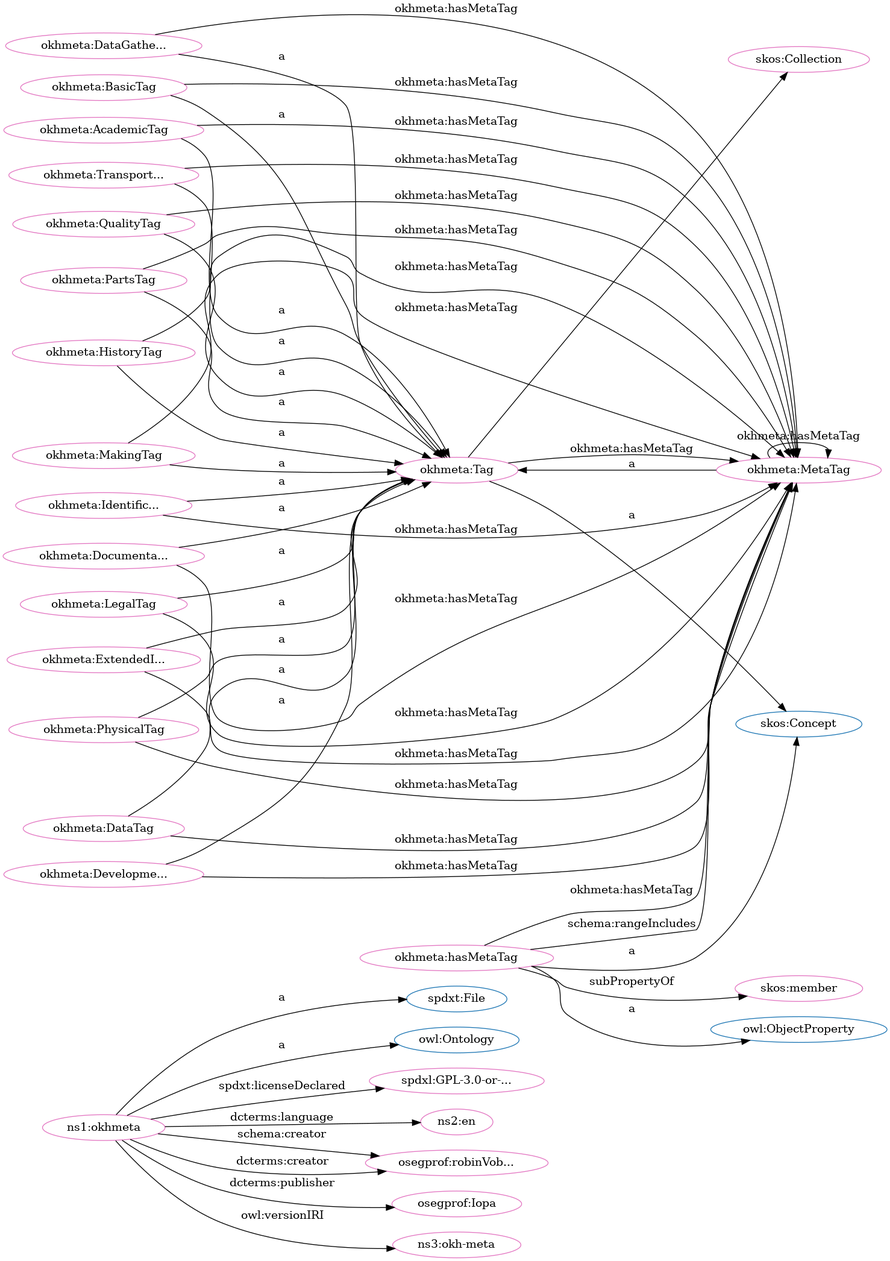
iop-alliance/OpenKnowHow keeps this Graphviz diagram as src/spec/dot_okh-meta.png. Above is the earlier version. Its source is kept beside it as src/spec/dot_okh-meta.dot.
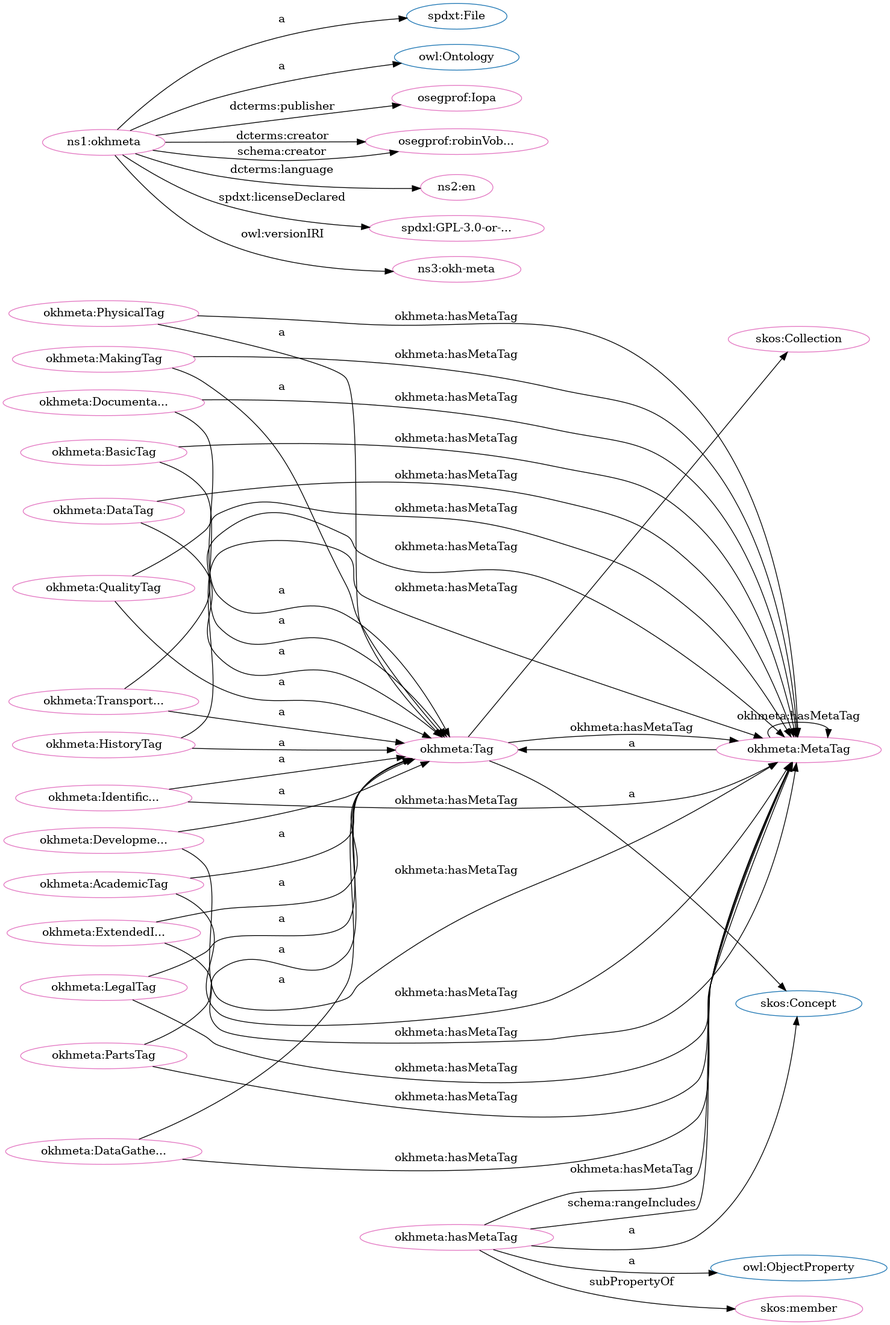
The same diagram one commit later.

What changed in the source:
```diff
@@ -1,85 +1,85 @@
 digraph G {
   rankdir=BT
   node[height=.3]
+"http://www.w3.org/2004/02/skos/core#Collection" [fillcolor="#1f77b4" color="#1f77b4" label="skos:Collection"]
 "http://spdx.org/rdf/terms#File" [fillcolor="#1f77b4" color="#1f77b4" label="spdxt:File"]
-"http://www.w3.org/2004/02/skos/core#Collection" [fillcolor="#1f77b4" color="#1f77b4" label="skos:Collection"]
-"http://www.w3.org/2004/02/skos/core#Concept" [fillcolor="#1f77b4" color="#1f77b4" label="skos:Concept"]
 "https://w3id.org/oseg/ont/okhmeta#MetaTag" [fillcolor="#1f77b4" color="#1f77b4" label="okhmeta:MetaTag"]
 "http://www.w3.org/2002/07/owl#ObjectProperty" [fillcolor="#1f77b4" color="#1f77b4" label="owl:ObjectProperty"]
+"http://www.w3.org/2004/02/skos/core#Concept" [fillcolor="#1f77b4" color="#1f77b4" label="skos:Concept"]
+"http://www.w3.org/2002/07/owl#Ontology" [fillcolor="#1f77b4" color="#1f77b4" label="owl:Ontology"]
 "https://w3id.org/oseg/ont/okhmeta#Tag" [fillcolor="#1f77b4" color="#1f77b4" label="okhmeta:Tag"]
-"http://www.w3.org/2002/07/owl#Ontology" [fillcolor="#1f77b4" color="#1f77b4" label="owl:Ontology"]
+"https://w3id.org/oseg/ont/okhmeta#MetaTag" [fillcolor="#e377c2" color="#e377c2" label="okhmeta:MetaTag"]
+"https://w3id.org/oseg/ont/okhmeta#LegalTag" [fillcolor="#e377c2" color="#e377c2" label="okhmeta:LegalTag"]
+"https://w3id.org/oseg/ont/oseg-profiles#Iopa" [fillcolor="#e377c2" color="#e377c2" label="osegprof:Iopa"]
+"http://www.w3.org/2004/02/skos/core#Collection" [fillcolor="#e377c2" color="#e377c2" label="skos:Collection"]
+"https://w3id.org/oseg/ont/okhmeta#PartsTag" [fillcolor="#e377c2" color="#e377c2" label="okhmeta:PartsTag"]
+"https://w3id.org/oseg/ont/okhmeta#DataGatheringTag" [fillcolor="#e377c2" color="#e377c2" label="okhmeta:DataGathe..."]
+"https://w3id.org/oseg/ont/okhmeta#HistoryTag" [fillcolor="#e377c2" color="#e377c2" label="okhmeta:HistoryTag"]
+"https://w3id.org/oseg/ont/okhmeta#MakingTag" [fillcolor="#e377c2" color="#e377c2" label="okhmeta:MakingTag"]
+"https://w3id.org/oseg/ont/okhmeta#ExtendedInfoTag" [fillcolor="#e377c2" color="#e377c2" label="okhmeta:ExtendedI..."]
+"https://w3id.org/oseg/ont/okhmeta#IdentificationTag" [fillcolor="#e377c2" color="#e377c2" label="okhmeta:Identific..."]
+"https://w3id.org/oseg/ont/okhmeta#DocumentationTag" [fillcolor="#e377c2" color="#e377c2" label="okhmeta:Documenta..."]
+"https://w3id.org/oseg/ont/oseg-profiles#robinVobruba" [fillcolor="#e377c2" color="#e377c2" label="osegprof:robinVob..."]
 "https://w3id.org/oseg/ont/okhmeta#hasMetaTag" [fillcolor="#e377c2" color="#e377c2" label="okhmeta:hasMetaTag"]
 "https://w3id.org/oseg/ont/okhmeta#PhysicalTag" [fillcolor="#e377c2" color="#e377c2" label="okhmeta:PhysicalTag"]
-"https://w3id.org/oseg/ont/okhmeta#MetaTag" [fillcolor="#e377c2" color="#e377c2" label="okhmeta:MetaTag"]
+"https://w3id.org/oseg/ont/okhmeta#TransportationTag" [fillcolor="#e377c2" color="#e377c2" label="okhmeta:Transport..."]
 "https://w3id.org/oseg/ont/okhmeta" [fillcolor="#e377c2" color="#e377c2" label="ns1:okhmeta"]
-"https://w3id.org/oseg/ont/okhmeta#DataTag" [fillcolor="#e377c2" color="#e377c2" label="okhmeta:DataTag"]
-"https://w3id.org/oseg/ont/okhmeta#DevelopmentTag" [fillcolor="#e377c2" color="#e377c2" label="okhmeta:Developme..."]
-"https://w3id.org/oseg/ont/okhmeta#MakingTag" [fillcolor="#e377c2" color="#e377c2" label="okhmeta:MakingTag"]
-"https://w3id.org/oseg/ont/okhmeta#BasicTag" [fillcolor="#e377c2" color="#e377c2" label="okhmeta:BasicTag"]
+"http://id.loc.gov/vocabulary/iso639-1/en" [fillcolor="#e377c2" color="#e377c2" label="ns2:en"]
 "https://spdx.org/licenses/GPL-3.0-or-later" [fillcolor="#e377c2" color="#e377c2" label="spdxl:GPL-3.0-or-..."]
 "https://w3id.org/oseg/ont/okhmeta#Tag" [fillcolor="#e377c2" color="#e377c2" label="okhmeta:Tag"]
+"https://w3id.org/oseg/ont/okhmeta#DataTag" [fillcolor="#e377c2" color="#e377c2" label="okhmeta:DataTag"]
+"https://w3id.org/oseg/ont/okhmeta#BasicTag" [fillcolor="#e377c2" color="#e377c2" label="okhmeta:BasicTag"]
+"https://w3id.org/oseg/ont/okhmeta#QualityTag" [fillcolor="#e377c2" color="#e377c2" label="okhmeta:QualityTag"]
+"https://w3id.org/oseg/ont/okhmeta#AcademicTag" [fillcolor="#e377c2" color="#e377c2" label="okhmeta:AcademicTag"]
 "http://www.w3.org/2004/02/skos/core#member" [fillcolor="#e377c2" color="#e377c2" label="skos:member"]
-"https://w3id.org/oseg/ont/okhmeta#ExtendedInfoTag" [fillcolor="#e377c2" color="#e377c2" label="okhmeta:ExtendedI..."]
-"https://w3id.org/oseg/ont/okhmeta#IdentificationTag" [fillcolor="#e377c2" color="#e377c2" label="okhmeta:Identific..."]
-"http://id.loc.gov/vocabulary/iso639-1/en" [fillcolor="#e377c2" color="#e377c2" label="ns2:en"]
-"https://w3id.org/oseg/ont/oseg-profiles#robinVobruba" [fillcolor="#e377c2" color="#e377c2" label="osegprof:robinVob..."]
-"https://w3id.org/oseg/ont/okhmeta#AcademicTag" [fillcolor="#e377c2" color="#e377c2" label="okhmeta:AcademicTag"]
-"https://w3id.org/oseg/ont/okhmeta#DataGatheringTag" [fillcolor="#e377c2" color="#e377c2" label="okhmeta:DataGathe..."]
-"https://w3id.org/oseg/ont/okhmeta#HistoryTag" [fillcolor="#e377c2" color="#e377c2" label="okhmeta:HistoryTag"]
-"https://w3id.org/oseg/ont/okhmeta#QualityTag" [fillcolor="#e377c2" color="#e377c2" label="okhmeta:QualityTag"]
-"https://w3id.org/oseg/ont/okhmeta#TransportationTag" [fillcolor="#e377c2" color="#e377c2" label="okhmeta:Transport..."]
-"http://www.w3.org/2004/02/skos/core#Collection" [fillcolor="#e377c2" color="#e377c2" label="skos:Collection"]
-"https://w3id.org/oseg/ont/oseg-profiles#Iopa" [fillcolor="#e377c2" color="#e377c2" label="osegprof:Iopa"]
-"https://w3id.org/oseg/ont/okhmeta#PartsTag" [fillcolor="#e377c2" color="#e377c2" label="okhmeta:PartsTag"]
-"https://w3id.org/oseg/ont/okhmeta#LegalTag" [fillcolor="#e377c2" color="#e377c2" label="okhmeta:LegalTag"]
-"https://w3id.org/oseg/ont/okhmeta#DocumentationTag" [fillcolor="#e377c2" color="#e377c2" label="okhmeta:Documenta..."]
+"https://w3id.org/oseg/ont/okhmeta#DevelopmentTag" [fillcolor="#e377c2" color="#e377c2" label="okhmeta:Developme..."]
 "https://w3id.org/oseg/ont/1.1.0/okh-meta" [fillcolor="#e377c2" color="#e377c2" label="ns3:okh-meta"]
-  "https://w3id.org/oseg/ont/okhmeta#QualityTag" -> "https://w3id.org/oseg/ont/okhmeta#MetaTag" [label="okhmeta:hasMetaTag"]
-  "https://w3id.org/oseg/ont/okhmeta#PhysicalTag" -> "https://w3id.org/oseg/ont/okhmeta#Tag" [label="a"]
-  "https://w3id.org/oseg/ont/okhmeta#PartsTag" -> "https://w3id.org/oseg/ont/okhmeta#MetaTag" [label="okhmeta:hasMetaTag"]
-  "https://w3id.org/oseg/ont/okhmeta#hasMetaTag" -> "http://www.w3.org/2002/07/owl#ObjectProperty" [label="a"]
-  "https://w3id.org/oseg/ont/okhmeta#MakingTag" -> "https://w3id.org/oseg/ont/okhmeta#MetaTag" [label="okhmeta:hasMetaTag"]
-  "https://w3id.org/oseg/ont/okhmeta#DevelopmentTag" -> "https://w3id.org/oseg/ont/okhmeta#Tag" [label="a"]
-  "https://w3id.org/oseg/ont/okhmeta#DevelopmentTag" -> "https://w3id.org/oseg/ont/okhmeta#MetaTag" [label="okhmeta:hasMetaTag"]
-  "https://w3id.org/oseg/ont/okhmeta" -> "https://spdx.org/licenses/GPL-3.0-or-later" [label="spdxt:licenseDeclared"]
-  "https://w3id.org/oseg/ont/okhmeta#ExtendedInfoTag" -> "https://w3id.org/oseg/ont/okhmeta#Tag" [label="a"]
-  "https://w3id.org/oseg/ont/okhmeta#ExtendedInfoTag" -> "https://w3id.org/oseg/ont/okhmeta#MetaTag" [label="okhmeta:hasMetaTag"]
-  "https://w3id.org/oseg/ont/okhmeta#IdentificationTag" -> "https://w3id.org/oseg/ont/okhmeta#Tag" [label="a"]
-  "https://w3id.org/oseg/ont/okhmeta" -> "http://id.loc.gov/vocabulary/iso639-1/en" [label="dcterms:language"]
-  "https://w3id.org/oseg/ont/okhmeta#DataGatheringTag" -> "https://w3id.org/oseg/ont/okhmeta#Tag" [label="a"]
-  "https://w3id.org/oseg/ont/okhmeta#DataGatheringTag" -> "https://w3id.org/oseg/ont/okhmeta#MetaTag" [label="okhmeta:hasMetaTag"]
-  "https://w3id.org/oseg/ont/okhmeta#HistoryTag" -> "https://w3id.org/oseg/ont/okhmeta#Tag" [label="a"]
-  "https://w3id.org/oseg/ont/okhmeta#QualityTag" -> "https://w3id.org/oseg/ont/okhmeta#Tag" [label="a"]
-  "https://w3id.org/oseg/ont/okhmeta#TransportationTag" -> "https://w3id.org/oseg/ont/okhmeta#MetaTag" [label="okhmeta:hasMetaTag"]
+  "https://w3id.org/oseg/ont/okhmeta#DocumentationTag" -> "https://w3id.org/oseg/ont/okhmeta#MetaTag" [label="okhmeta:hasMetaTag"]
+  "https://w3id.org/oseg/ont/okhmeta" -> "https://w3id.org/oseg/ont/oseg-profiles#Iopa" [label="dcterms:publisher"]
   "https://w3id.org/oseg/ont/okhmeta#Tag" -> "http://www.w3.org/2004/02/skos/core#Collection" [label=""]
-  "https://w3id.org/oseg/ont/okhmeta#PartsTag" -> "https://w3id.org/oseg/ont/okhmeta#Tag" [label="a"]
-  "https://w3id.org/oseg/ont/okhmeta#LegalTag" -> "https://w3id.org/oseg/ont/okhmeta#MetaTag" [label="okhmeta:hasMetaTag"]
-  "https://w3id.org/oseg/ont/okhmeta#HistoryTag" -> "https://w3id.org/oseg/ont/okhmeta#MetaTag" [label="okhmeta:hasMetaTag"]
   "https://w3id.org/oseg/ont/okhmeta#MetaTag" -> "https://w3id.org/oseg/ont/okhmeta#MetaTag" [label="okhmeta:hasMetaTag"]
   "https://w3id.org/oseg/ont/okhmeta#PhysicalTag" -> "https://w3id.org/oseg/ont/okhmeta#MetaTag" [label="okhmeta:hasMetaTag"]
+  "https://w3id.org/oseg/ont/okhmeta#PartsTag" -> "https://w3id.org/oseg/ont/okhmeta#Tag" [label="a"]
+  "https://w3id.org/oseg/ont/okhmeta#DataGatheringTag" -> "https://w3id.org/oseg/ont/okhmeta#Tag" [label="a"]
+  "https://w3id.org/oseg/ont/okhmeta#HistoryTag" -> "https://w3id.org/oseg/ont/okhmeta#Tag" [label="a"]
+  "https://w3id.org/oseg/ont/okhmeta#MakingTag" -> "https://w3id.org/oseg/ont/okhmeta#Tag" [label="a"]
+  "https://w3id.org/oseg/ont/okhmeta#DevelopmentTag" -> "https://w3id.org/oseg/ont/okhmeta#MetaTag" [label="okhmeta:hasMetaTag"]
+  "https://w3id.org/oseg/ont/okhmeta#IdentificationTag" -> "https://w3id.org/oseg/ont/okhmeta#Tag" [label="a"]
+  "https://w3id.org/oseg/ont/okhmeta#hasMetaTag" -> "http://www.w3.org/2002/07/owl#ObjectProperty" [label="a"]
+  "https://w3id.org/oseg/ont/okhmeta#HistoryTag" -> "https://w3id.org/oseg/ont/okhmeta#MetaTag" [label="okhmeta:hasMetaTag"]
+  "https://w3id.org/oseg/ont/okhmeta" -> "http://www.w3.org/2002/07/owl#Ontology" [label="a"]
+  "https://w3id.org/oseg/ont/okhmeta#BasicTag" -> "https://w3id.org/oseg/ont/okhmeta#MetaTag" [label="okhmeta:hasMetaTag"]
+  "https://w3id.org/oseg/ont/okhmeta" -> "https://spdx.org/licenses/GPL-3.0-or-later" [label="spdxt:licenseDeclared"]
+  "https://w3id.org/oseg/ont/okhmeta#QualityTag" -> "https://w3id.org/oseg/ont/okhmeta#MetaTag" [label="okhmeta:hasMetaTag"]
+  "https://w3id.org/oseg/ont/okhmeta#DataTag" -> "https://w3id.org/oseg/ont/okhmeta#Tag" [label="a"]
   "https://w3id.org/oseg/ont/okhmeta#AcademicTag" -> "https://w3id.org/oseg/ont/okhmeta#MetaTag" [label="okhmeta:hasMetaTag"]
+  "https://w3id.org/oseg/ont/okhmeta#BasicTag" -> "https://w3id.org/oseg/ont/okhmeta#Tag" [label="a"]
+  "https://w3id.org/oseg/ont/okhmeta#MetaTag" -> "https://w3id.org/oseg/ont/okhmeta#Tag" [label="a"]
+  "https://w3id.org/oseg/ont/okhmeta#QualityTag" -> "https://w3id.org/oseg/ont/okhmeta#Tag" [label="a"]
+  "https://w3id.org/oseg/ont/okhmeta#ExtendedInfoTag" -> "https://w3id.org/oseg/ont/okhmeta#MetaTag" [label="okhmeta:hasMetaTag"]
+  "https://w3id.org/oseg/ont/okhmeta#AcademicTag" -> "https://w3id.org/oseg/ont/okhmeta#Tag" [label="a"]
+  "https://w3id.org/oseg/ont/okhmeta#hasMetaTag" -> "http://www.w3.org/2004/02/skos/core#member" [label="subPropertyOf"]
+  "https://w3id.org/oseg/ont/okhmeta#Tag" -> "https://w3id.org/oseg/ont/okhmeta#MetaTag" [label="okhmeta:hasMetaTag"]
+  "https://w3id.org/oseg/ont/okhmeta" -> "https://w3id.org/oseg/ont/oseg-profiles#robinVobruba" [label="dcterms:creator"]
+  "https://w3id.org/oseg/ont/okhmeta" -> "https://w3id.org/oseg/ont/1.1.0/okh-meta" [label="owl:versionIRI"]
+  "https://w3id.org/oseg/ont/okhmeta#hasMetaTag" -> "https://w3id.org/oseg/ont/okhmeta#MetaTag" [label="okhmeta:hasMetaTag"]
+  "https://w3id.org/oseg/ont/okhmeta#LegalTag" -> "https://w3id.org/oseg/ont/okhmeta#Tag" [label="a"]
+  "https://w3id.org/oseg/ont/okhmeta#DataTag" -> "https://w3id.org/oseg/ont/okhmeta#MetaTag" [label="okhmeta:hasMetaTag"]
+  "https://w3id.org/oseg/ont/okhmeta#hasMetaTag" -> "https://w3id.org/oseg/ont/okhmeta#MetaTag" [label="schema:rangeIncludes"]
+  "https://w3id.org/oseg/ont/okhmeta#ExtendedInfoTag" -> "https://w3id.org/oseg/ont/okhmeta#Tag" [label="a"]
+  "https://w3id.org/oseg/ont/okhmeta#DocumentationTag" -> "https://w3id.org/oseg/ont/okhmeta#Tag" [label="a"]
+  "https://w3id.org/oseg/ont/okhmeta#TransportationTag" -> "https://w3id.org/oseg/ont/okhmeta#MetaTag" [label="okhmeta:hasMetaTag"]
+  "https://w3id.org/oseg/ont/okhmeta#LegalTag" -> "https://w3id.org/oseg/ont/okhmeta#MetaTag" [label="okhmeta:hasMetaTag"]
+  "https://w3id.org/oseg/ont/okhmeta" -> "https://w3id.org/oseg/ont/oseg-profiles#robinVobruba" [label="schema:creator"]
+  "https://w3id.org/oseg/ont/okhmeta#PhysicalTag" -> "https://w3id.org/oseg/ont/okhmeta#Tag" [label="a"]
+  "https://w3id.org/oseg/ont/okhmeta#TransportationTag" -> "https://w3id.org/oseg/ont/okhmeta#Tag" [label="a"]
+  "https://w3id.org/oseg/ont/okhmeta#PartsTag" -> "https://w3id.org/oseg/ont/okhmeta#MetaTag" [label="okhmeta:hasMetaTag"]
+  "https://w3id.org/oseg/ont/okhmeta" -> "http://id.loc.gov/vocabulary/iso639-1/en" [label="dcterms:language"]
+  "https://w3id.org/oseg/ont/okhmeta#Tag" -> "http://www.w3.org/2004/02/skos/core#Concept" [label="a"]
   "https://w3id.org/oseg/ont/okhmeta#hasMetaTag" -> "http://www.w3.org/2004/02/skos/core#Concept" [label="a"]
-  "https://w3id.org/oseg/ont/okhmeta" -> "http://www.w3.org/2002/07/owl#Ontology" [label="a"]
-  "https://w3id.org/oseg/ont/okhmeta#DataTag" -> "https://w3id.org/oseg/ont/okhmeta#Tag" [label="a"]
-  "https://w3id.org/oseg/ont/okhmeta#MetaTag" -> "https://w3id.org/oseg/ont/okhmeta#Tag" [label="a"]
-  "https://w3id.org/oseg/ont/okhmeta#DataTag" -> "https://w3id.org/oseg/ont/okhmeta#MetaTag" [label="okhmeta:hasMetaTag"]
-  "https://w3id.org/oseg/ont/okhmeta#MakingTag" -> "https://w3id.org/oseg/ont/okhmeta#Tag" [label="a"]
-  "https://w3id.org/oseg/ont/okhmeta#BasicTag" -> "https://w3id.org/oseg/ont/okhmeta#Tag" [label="a"]
-  "https://w3id.org/oseg/ont/okhmeta#BasicTag" -> "https://w3id.org/oseg/ont/okhmeta#MetaTag" [label="okhmeta:hasMetaTag"]
-  "https://w3id.org/oseg/ont/okhmeta#Tag" -> "http://www.w3.org/2004/02/skos/core#Concept" [label="a"]
-  "https://w3id.org/oseg/ont/okhmeta#hasMetaTag" -> "http://www.w3.org/2004/02/skos/core#member" [label="subPropertyOf"]
-  "https://w3id.org/oseg/ont/okhmeta" -> "https://w3id.org/oseg/ont/oseg-profiles#robinVobruba" [label="schema:creator"]
-  "https://w3id.org/oseg/ont/okhmeta#AcademicTag" -> "https://w3id.org/oseg/ont/okhmeta#Tag" [label="a"]
-  "https://w3id.org/oseg/ont/okhmeta#hasMetaTag" -> "https://w3id.org/oseg/ont/okhmeta#MetaTag" [label="okhmeta:hasMetaTag"]
   "https://w3id.org/oseg/ont/okhmeta" -> "http://spdx.org/rdf/terms#File" [label="a"]
-  "https://w3id.org/oseg/ont/okhmeta#TransportationTag" -> "https://w3id.org/oseg/ont/okhmeta#Tag" [label="a"]
-  "https://w3id.org/oseg/ont/okhmeta" -> "https://w3id.org/oseg/ont/oseg-profiles#Iopa" [label="dcterms:publisher"]
-  "https://w3id.org/oseg/ont/okhmeta#LegalTag" -> "https://w3id.org/oseg/ont/okhmeta#Tag" [label="a"]
-  "https://w3id.org/oseg/ont/okhmeta#DocumentationTag" -> "https://w3id.org/oseg/ont/okhmeta#Tag" [label="a"]
-  "https://w3id.org/oseg/ont/okhmeta#DocumentationTag" -> "https://w3id.org/oseg/ont/okhmeta#MetaTag" [label="okhmeta:hasMetaTag"]
+  "https://w3id.org/oseg/ont/okhmeta#DataGatheringTag" -> "https://w3id.org/oseg/ont/okhmeta#MetaTag" [label="okhmeta:hasMetaTag"]
+  "https://w3id.org/oseg/ont/okhmeta#MakingTag" -> "https://w3id.org/oseg/ont/okhmeta#MetaTag" [label="okhmeta:hasMetaTag"]
   "https://w3id.org/oseg/ont/okhmeta#IdentificationTag" -> "https://w3id.org/oseg/ont/okhmeta#MetaTag" [label="okhmeta:hasMetaTag"]
-  "https://w3id.org/oseg/ont/okhmeta" -> "https://w3id.org/oseg/ont/oseg-profiles#robinVobruba" [label="dcterms:creator"]
-  "https://w3id.org/oseg/ont/okhmeta#Tag" -> "https://w3id.org/oseg/ont/okhmeta#MetaTag" [label="okhmeta:hasMetaTag"]
-  "https://w3id.org/oseg/ont/okhmeta" -> "https://w3id.org/oseg/ont/1.1.0/okh-meta" [label="owl:versionIRI"]
-  "https://w3id.org/oseg/ont/okhmeta#hasMetaTag" -> "https://w3id.org/oseg/ont/okhmeta#MetaTag" [label="schema:rangeIncludes"]
+  "https://w3id.org/oseg/ont/okhmeta#DevelopmentTag" -> "https://w3id.org/oseg/ont/okhmeta#Tag" [label="a"]
 }
```
